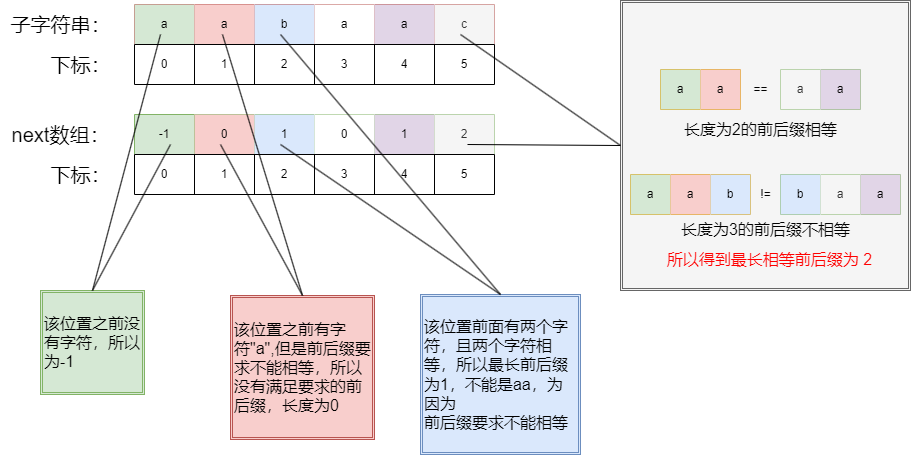
This is algrithem/kmp_prefix.drawio.png from muxicode/c153080686, a draw.io export, as it was before one commit. Source tidied: cells renumbered, new cells last; positions are measured from the earlier drawing's top-left corner, leaving out a move shared by most shapes.
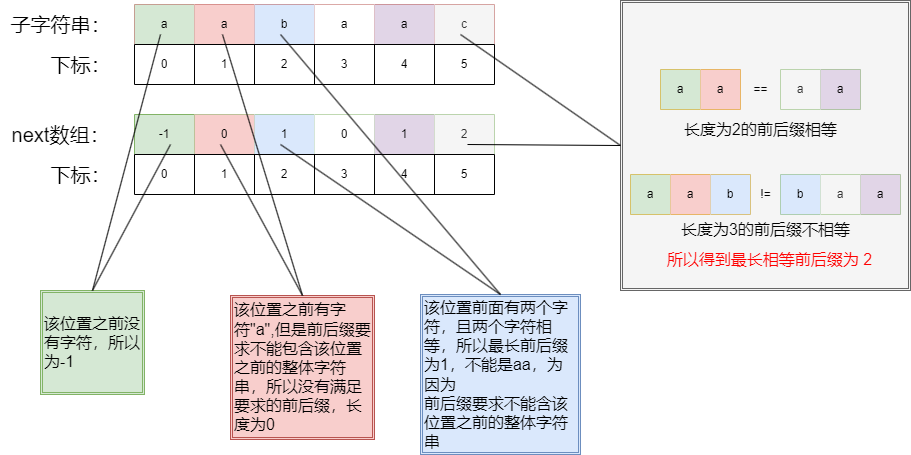
The same diagram one commit later.

The edit, as a diff of the source:
```diff
@@ -123,7 +123,7 @@
         <mxPoint x="160" y="34" as="targetPoint" />
       </mxGeometry>
     </mxCell>
-    <mxCell id="41" value="&lt;div style=&quot;&quot;&gt;&lt;span style=&quot;background-color: initial; font-size: 16px;&quot;&gt;该位置之前有字符&quot;a&quot;,但是前后缀要求不能相等，所以没有满足要求的前后缀，长度为0&lt;/span&gt;&lt;br&gt;&lt;/div&gt;" style="shape=ext;double=1;whiteSpace=wrap;html=1;align=left;fillColor=#f8cecc;strokeColor=#b85450;" parent="1" vertex="1">
+    <mxCell id="41" value="&lt;div style=&quot;&quot;&gt;&lt;span style=&quot;background-color: initial; font-size: 16px;&quot;&gt;该位置之前有字符&quot;a&quot;,但是前后缀要求不能包含该位置之前的整体字符串，所以没有满足要求的前后缀，长度为0&lt;/span&gt;&lt;br&gt;&lt;/div&gt;" style="shape=ext;double=1;whiteSpace=wrap;html=1;align=left;fillColor=#f8cecc;strokeColor=#b85450;" parent="1" vertex="1">
       <mxGeometry x="230" y="295" width="144" height="144" as="geometry" />
     </mxCell>
     <mxCell id="42" style="endArrow=none;html=1;rounded=0;exitX=0.5;exitY=0;exitDx=0;exitDy=0;" parent="1" edge="1" source="41">
@@ -136,7 +136,7 @@
         <mxPoint x="222" y="34" as="targetPoint" />
       </mxGeometry>
     </mxCell>
-    <mxCell id="44" value="&lt;div style=&quot;&quot;&gt;&lt;span style=&quot;font-size: 16px;&quot;&gt;该位置前面有两个字符，且两个字符相等，所以最长前后缀为1，不能是aa，为因为&lt;/span&gt;&lt;/div&gt;&lt;font style=&quot;font-size: 16px;&quot;&gt;前后缀要求不能相等&lt;/font&gt;" style="shape=ext;double=1;whiteSpace=wrap;html=1;align=left;fillColor=#dae8fc;strokeColor=#6c8ebf;" parent="1" vertex="1">
+    <mxCell id="44" value="&lt;div style=&quot;&quot;&gt;&lt;span style=&quot;font-size: 16px;&quot;&gt;该位置前面有两个字符，且两个字符相等，所以最长前后缀为1，不能是aa，为因为&lt;/span&gt;&lt;/div&gt;&lt;font style=&quot;font-size: 16px;&quot;&gt;前后缀要求不能&lt;/font&gt;&lt;font style=&quot;font-size: 16px;&quot;&gt;含该位置之前的整体字符串&lt;/font&gt;" style="shape=ext;double=1;whiteSpace=wrap;html=1;align=left;fillColor=#dae8fc;strokeColor=#6c8ebf;" parent="1" vertex="1">
       <mxGeometry x="420" y="294" width="160" height="160" as="geometry" />
     </mxCell>
     <mxCell id="45" value="&lt;br&gt;&lt;div style=&quot;&quot;&gt;&lt;/div&gt;" style="shape=ext;double=1;whiteSpace=wrap;html=1;align=left;fillColor=#f5f5f5;strokeColor=#666666;fontColor=#333333;" parent="1" vertex="1">
```
